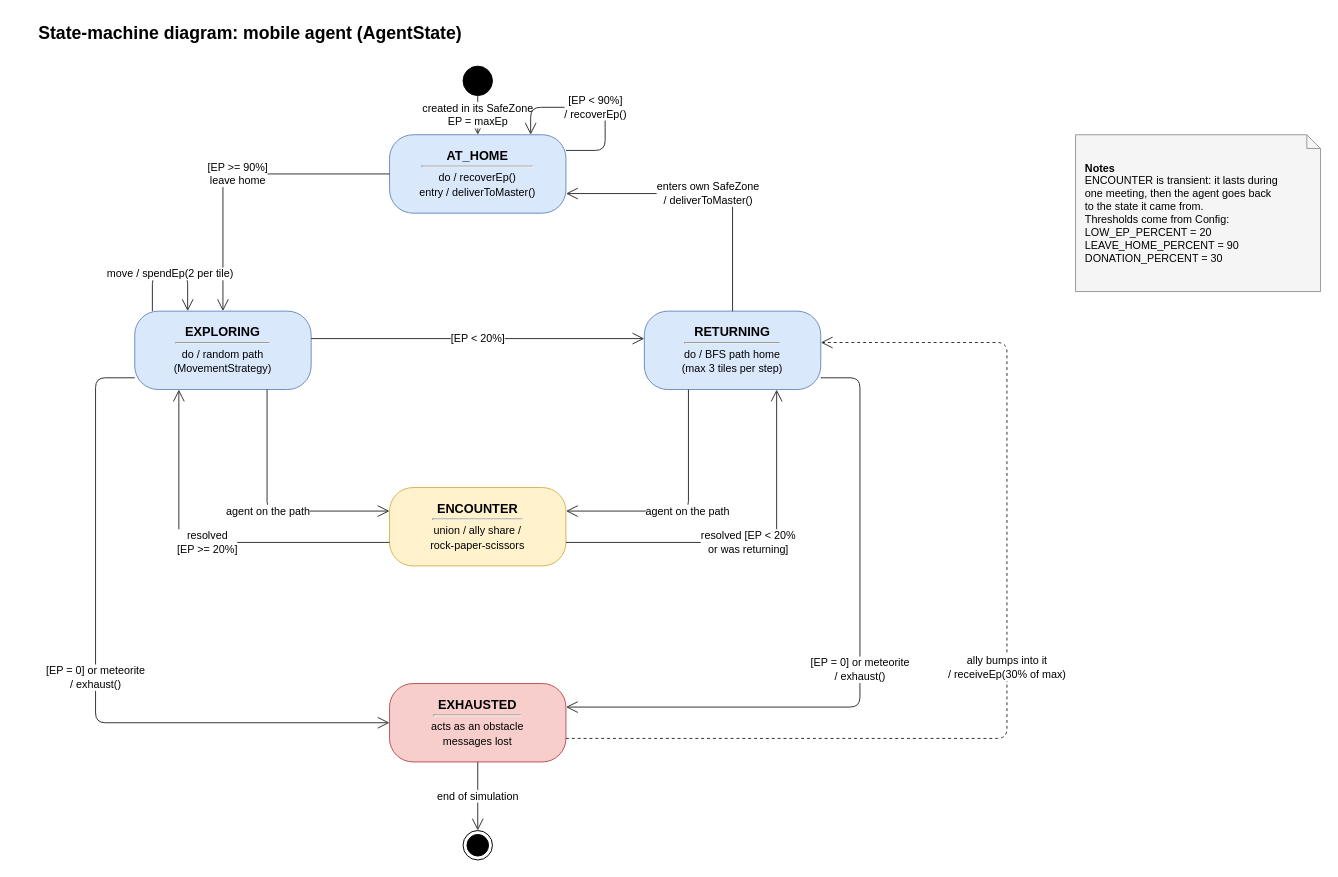
ALpatson/mas-polymorphic-simulation keeps this draw.io diagram as docs/uml/state-machine-diagram.drawio. Above is the earlier version. Source tidied: cells renumbered, new cells numbered last; positions are measured from the earlier drawing's top-left corner, leaving out a move shared by most shapes. Both pictures are drawn from the tidied source at 98%, with x=0, y=0 at pixel (36, 17).
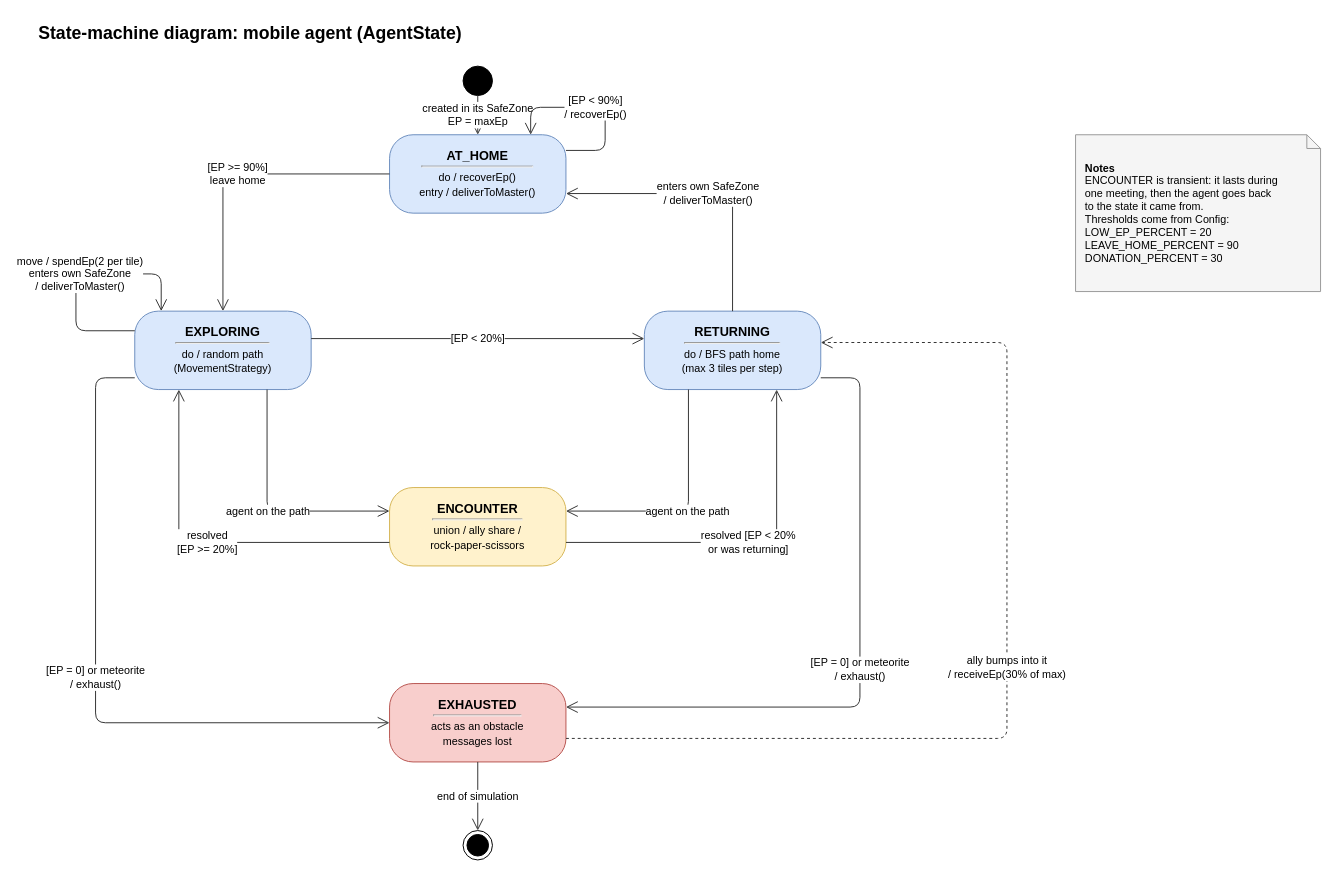
The same page after the edit.

Commit message (it also covers changes not shown here):
Update UML diagrams and report

Unchanged cells that the change refers to:
```xml
<mxCell id="5" value="EXPLORING&lt;hr style='margin:2px'&gt;&lt;span style='font-size:11px;font-weight:normal'&gt;do / random path&lt;br&gt;(MovementStrategy)&lt;/span&gt;" style="rounded=1;whiteSpace=wrap;html=1;arcSize=30;fontSize=13;fontStyle=1;fillColor=#DAE8FC;strokeColor=#6C8EBF;" parent="1" vertex="1">
  <mxGeometry x="100" y="300" width="180" height="80" as="geometry" />
</mxCell>
```

Diff of the diagram source:
```diff
@@
-    <mxCell id="13" value="move / spendEp(2 per tile)" style="endArrow=open;endSize=10;html=1;rounded=1;fontSize=11;labelBackgroundColor=#FFFFFF;strokeColor=#333333;exitX=0.1;exitY=0;entryX=0.3;entryY=0;" parent="1" edge="1" source="5" target="5">
+    <mxCell id="13" value="move / spendEp(2 per tile)&lt;br&gt;enters own SafeZone&lt;br&gt;/ deliverToMaster()" style="endArrow=open;endSize=10;html=1;rounded=1;fontSize=11;labelBackgroundColor=#FFFFFF;strokeColor=#333333;exitX=0;exitY=0.25;entryX=0.15;entryY=0;" parent="1" edge="1" source="5" target="5">
       <mxGeometry relative="1" as="geometry">
         <Array as="points">
-          <mxPoint x="118" y="262" />
-          <mxPoint x="154" y="262" />
+          <mxPoint x="40" y="320" />
+          <mxPoint x="40" y="262" />
+          <mxPoint x="127" y="262" />
         </Array>
       </mxGeometry>
     </mxCell>
```
